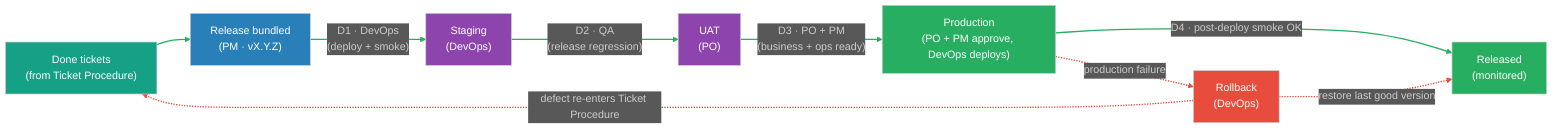
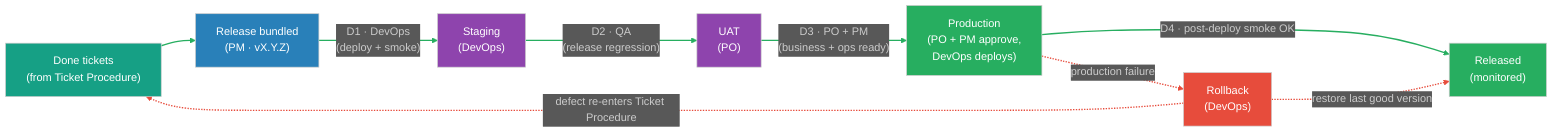
%%{init: {
  'theme': 'dark',
  'themeVariables': {
    'background': '#1e1e1e',
    'primaryTextColor': '#ffffff',
    'lineColor': '#a0a0a0'
  },
  'themeCSS': 'svg { background-color: #1e1e1e !important; padding: 1rem !important; border-radius: 8px !important; } .edgeLabel rect { fill: #1e1e1e !important; } text, tspan { fill: #ffffff !important; }'
}}%%
flowchart LR
    DONE["Done tickets<br/>(from Ticket Procedure)"]:::input --> REL["Release bundled<br/>(PM · vX.Y.Z)"]:::process
    REL -->|"D1 · DevOps<br/>(deploy + smoke)"| ST["Staging<br/>(DevOps)"]:::process
    ST -->|"D2 · QA<br/>(release regression)"| UAT["UAT<br/>(PO)"]:::process
-     UAT -->|"D3 · PO + PM<br/>(business + ops ready)"| PROD["Production<br/>(PO + PM approve, DevOps deploys)"]:::success
+     UAT -->|"D3 · PO + PM<br/>(business + ops ready)"| PROD["Production<br/>(PO + PM approve,<br/>DevOps deploys)"]:::success
    PROD -->|"D4 · post-deploy smoke OK"| LIVE["Released<br/>(monitored)"]:::success

    PROD -.->|"production failure"| RB["Rollback<br/>(DevOps)"]:::danger
    RB -.->|"restore last good version"| LIVE
    RB -.->|"defect re-enters Ticket Procedure"| DONE

    linkStyle 0,1,2,3,4 stroke:#27ae60,stroke-width:2px
    linkStyle 5,6,7 stroke:#e74c3c,stroke-width:2px

    style DONE fill:#16a085,color:#fff
    style REL fill:#2980b9,color:#fff
    style ST fill:#8e44ad,color:#fff
    style UAT fill:#8e44ad,color:#fff
    style PROD fill:#27ae60,color:#fff
    style LIVE fill:#27ae60,color:#fff
    style RB fill:#e74c3c,color:#fff
